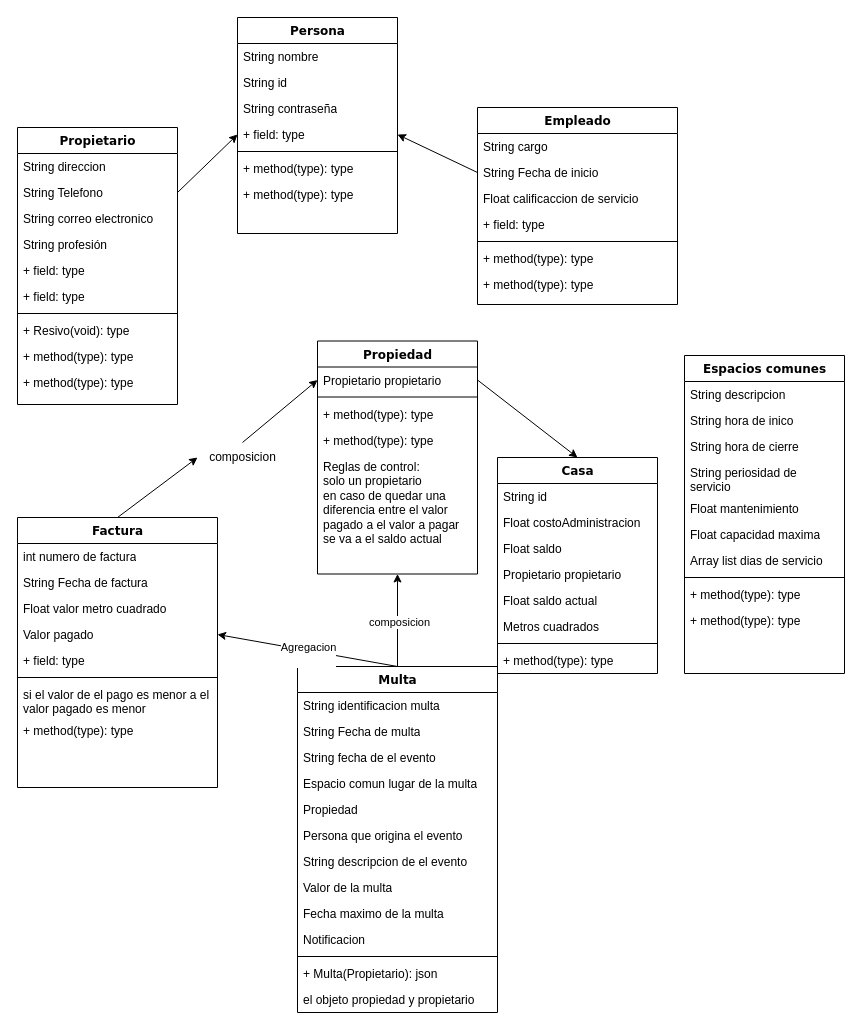
Before: Diagrama de clases Hojas Verdes.drawio in JeronimoDuque/Hojas-Verdes, a draw.io diagram. Source tidied: cells renumbered, new cells numbered last; positions are measured from the earlier drawing's top-left corner, leaving out a move shared by most shapes. Both pictures are drawn from the tidied source at 100%, with x=0, y=0 at pixel (17, 17).
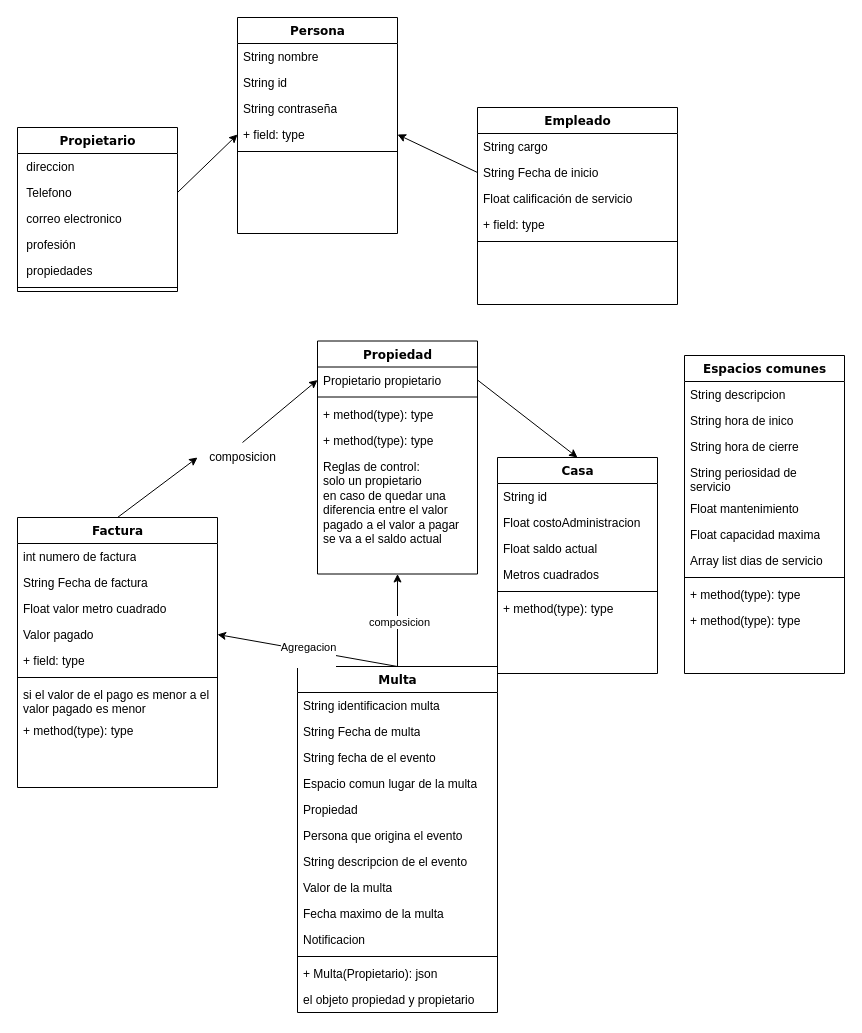
The same page after the edit.

The change refers to these unchanged cells:
```xml
<mxCell id="2" value="Persona" style="swimlane;html=1;fontStyle=1;align=center;verticalAlign=top;horizontal=1;startSize=26;swimlaneFillColor=#ffffff;rounded=0;shadow=0;comic=0;labelBackgroundColor=none;strokeWidth=1;fillColor=none;fontFamily=Verdana;fontSize=12;" parent="1" vertex="1">
  <mxGeometry x="220" width="160" height="216" as="geometry" />
</mxCell>
<mxCell id="21" value="Empleado" style="swimlane;html=1;fontStyle=1;align=center;verticalAlign=top;horizontal=1;startSize=26;swimlaneFillColor=#ffffff;rounded=0;shadow=0;comic=0;labelBackgroundColor=none;strokeWidth=1;fillColor=none;fontFamily=Verdana;fontSize=12;" parent="1" vertex="1">
  <mxGeometry x="460" y="90" width="200" height="197" as="geometry" />
</mxCell>
<mxCell id="40" value="Casa" style="swimlane;html=1;fontStyle=1;align=center;verticalAlign=top;horizontal=1;startSize=26;swimlaneFillColor=#ffffff;rounded=0;shadow=0;comic=0;labelBackgroundColor=none;strokeWidth=1;fillColor=none;fontFamily=Verdana;fontSize=12;" parent="1" vertex="1">
  <mxGeometry x="480" y="440" width="160" height="216" as="geometry" />
</mxCell>
```

Change to the diagram source:
```diff
@@
-    <mxCell id="8" value="+ method(type): type" style="text;html=1;strokeColor=none;fillColor=none;align=left;verticalAlign=top;spacingLeft=4;spacingRight=4;whiteSpace=wrap;overflow=hidden;" parent="2" vertex="1">
-      <mxGeometry y="138" width="160" height="26" as="geometry" />
-    </mxCell>
-    <mxCell id="9" value="+ method(type): type" style="text;html=1;strokeColor=none;fillColor=none;align=left;verticalAlign=top;spacingLeft=4;spacingRight=4;whiteSpace=wrap;overflow=hidden;" parent="2" vertex="1">
-      <mxGeometry y="164" width="160" height="26" as="geometry" />
-    </mxCell>
     <mxCell id="10" value="Propietario" style="swimlane;html=1;fontStyle=1;align=center;verticalAlign=top;horizontal=1;startSize=26;swimlaneFillColor=#ffffff;rounded=0;shadow=0;comic=0;labelBackgroundColor=none;strokeWidth=1;fillColor=none;fontFamily=Verdana;fontSize=12;" parent="1" vertex="1">
-      <mxGeometry y="110" width="160" height="277" as="geometry" />
+      <mxGeometry y="110" width="160" height="164" as="geometry" />
     </mxCell>
-    <mxCell id="11" value="String direccion" style="text;html=1;strokeColor=none;fillColor=none;align=left;verticalAlign=top;spacingLeft=4;spacingRight=4;whiteSpace=wrap;overflow=hidden;" parent="10" vertex="1">
+    <mxCell id="11" value="&amp;nbsp;direccion" style="text;html=1;strokeColor=none;fillColor=none;align=left;verticalAlign=top;spacingLeft=4;spacingRight=4;whiteSpace=wrap;overflow=hidden;" parent="10" vertex="1">
       <mxGeometry y="26" width="160" height="26" as="geometry" />
     </mxCell>
-    <mxCell id="12" value="String Telefono&lt;div&gt;&lt;br&gt;&lt;/div&gt;" style="text;html=1;strokeColor=none;fillColor=none;align=left;verticalAlign=top;spacingLeft=4;spacingRight=4;whiteSpace=wrap;overflow=hidden;points=[[0,0.5],[1,0.5]];portConstraint=eastwest;" parent="10" vertex="1">
+    <mxCell id="12" value="&amp;nbsp;Telefono&lt;div&gt;&lt;br&gt;&lt;/div&gt;" style="text;html=1;strokeColor=none;fillColor=none;align=left;verticalAlign=top;spacingLeft=4;spacingRight=4;whiteSpace=wrap;overflow=hidden;points=[[0,0.5],[1,0.5]];portConstraint=eastwest;" parent="10" vertex="1">
       <mxGeometry y="52" width="160" height="26" as="geometry" />
     </mxCell>
-    <mxCell id="13" value="String correo electronico" style="text;html=1;strokeColor=none;fillColor=none;align=left;verticalAlign=top;spacingLeft=4;spacingRight=4;whiteSpace=wrap;overflow=hidden;" parent="10" vertex="1">
+    <mxCell id="13" value="&amp;nbsp;correo electronico" style="text;html=1;strokeColor=none;fillColor=none;align=left;verticalAlign=top;spacingLeft=4;spacingRight=4;whiteSpace=wrap;overflow=hidden;" parent="10" vertex="1">
       <mxGeometry y="78" width="160" height="26" as="geometry" />
     </mxCell>
-    <mxCell id="14" value="String profesión" style="text;html=1;strokeColor=none;fillColor=none;align=left;verticalAlign=top;spacingLeft=4;spacingRight=4;whiteSpace=wrap;overflow=hidden;" parent="10" vertex="1">
+    <mxCell id="14" value="&amp;nbsp;profesión" style="text;html=1;strokeColor=none;fillColor=none;align=left;verticalAlign=top;spacingLeft=4;spacingRight=4;whiteSpace=wrap;overflow=hidden;" parent="10" vertex="1">
       <mxGeometry y="104" width="160" height="26" as="geometry" />
     </mxCell>
-    <mxCell id="15" value="+ field: type" style="text;html=1;strokeColor=none;fillColor=none;align=left;verticalAlign=top;spacingLeft=4;spacingRight=4;whiteSpace=wrap;overflow=hidden;" parent="10" vertex="1">
+    <mxCell id="15" value="&amp;nbsp;propiedades" style="text;html=1;strokeColor=none;fillColor=none;align=left;verticalAlign=top;spacingLeft=4;spacingRight=4;whiteSpace=wrap;overflow=hidden;" parent="10" vertex="1">
       <mxGeometry y="130" width="160" height="26" as="geometry" />
     </mxCell>
-    <mxCell id="16" value="+ field: type" style="text;html=1;strokeColor=none;fillColor=none;align=left;verticalAlign=top;spacingLeft=4;spacingRight=4;whiteSpace=wrap;overflow=hidden;" parent="10" vertex="1">
-      <mxGeometry y="156" width="160" height="26" as="geometry" />
-    </mxCell>
     <mxCell id="17" style="line;html=1;strokeWidth=1;fillColor=none;align=left;verticalAlign=middle;spacingTop=-1;spacingLeft=3;spacingRight=3;labelPosition=right;" parent="10" vertex="1">
-      <mxGeometry y="182" width="160" height="8" as="geometry" />
+      <mxGeometry y="156" width="160" height="8" as="geometry" />
     </mxCell>
-    <mxCell id="18" value="+ Resivo(void): type" style="text;html=1;strokeColor=none;fillColor=none;align=left;verticalAlign=top;spacingLeft=4;spacingRight=4;whiteSpace=wrap;overflow=hidden;" parent="10" vertex="1">
-      <mxGeometry y="190" width="160" height="26" as="geometry" />
-    </mxCell>
-    <mxCell id="19" value="+ method(type): type" style="text;html=1;strokeColor=none;fillColor=none;align=left;verticalAlign=top;spacingLeft=4;spacingRight=4;whiteSpace=wrap;overflow=hidden;" parent="10" vertex="1">
-      <mxGeometry y="216" width="160" height="26" as="geometry" />
-    </mxCell>
-    <mxCell id="20" value="+ method(type): type" style="text;html=1;strokeColor=none;fillColor=none;align=left;verticalAlign=top;spacingLeft=4;spacingRight=4;whiteSpace=wrap;overflow=hidden;" parent="10" vertex="1">
-      <mxGeometry y="242" width="160" height="26" as="geometry" />
-    </mxCell>
@@
-    <mxCell id="24" value="Float calificaccion de servicio" style="text;html=1;strokeColor=none;fillColor=none;align=left;verticalAlign=top;spacingLeft=4;spacingRight=4;whiteSpace=wrap;overflow=hidden;" parent="21" vertex="1">
+    <mxCell id="24" value="Float calificación de servicio" style="text;html=1;strokeColor=none;fillColor=none;align=left;verticalAlign=top;spacingLeft=4;spacingRight=4;whiteSpace=wrap;overflow=hidden;" parent="21" vertex="1">
       <mxGeometry y="78" width="200" height="26" as="geometry" />
     </mxCell>
@@
-    <mxCell id="27" value="+ method(type): type" style="text;html=1;strokeColor=none;fillColor=none;align=left;verticalAlign=top;spacingLeft=4;spacingRight=4;whiteSpace=wrap;overflow=hidden;" parent="21" vertex="1">
-      <mxGeometry y="138" width="200" height="26" as="geometry" />
-    </mxCell>
-    <mxCell id="28" value="+ method(type): type" style="text;html=1;strokeColor=none;fillColor=none;align=left;verticalAlign=top;spacingLeft=4;spacingRight=4;whiteSpace=wrap;overflow=hidden;" parent="21" vertex="1">
-      <mxGeometry y="164" width="200" height="26" as="geometry" />
-    </mxCell>
@@
-    <mxCell id="43" value="Float saldo" style="text;html=1;strokeColor=none;fillColor=none;align=left;verticalAlign=top;spacingLeft=4;spacingRight=4;whiteSpace=wrap;overflow=hidden;" parent="40" vertex="1">
-      <mxGeometry y="78" width="160" height="26" as="geometry" />
-    </mxCell>
-    <mxCell id="44" value="Propietario propietario" style="text;html=1;strokeColor=none;fillColor=none;align=left;verticalAlign=top;spacingLeft=4;spacingRight=4;whiteSpace=wrap;overflow=hidden;" parent="40" vertex="1">
-      <mxGeometry y="104" width="160" height="26" as="geometry" />
-    </mxCell>
     <mxCell id="45" value="Float saldo actual" style="text;html=1;strokeColor=none;fillColor=none;align=left;verticalAlign=top;spacingLeft=4;spacingRight=4;whiteSpace=wrap;overflow=hidden;" parent="40" vertex="1">
-      <mxGeometry y="130" width="160" height="26" as="geometry" />
+      <mxGeometry y="78" width="160" height="26" as="geometry" />
     </mxCell>
     <mxCell id="46" value="Metros cuadrados" style="text;html=1;strokeColor=none;fillColor=none;align=left;verticalAlign=top;spacingLeft=4;spacingRight=4;whiteSpace=wrap;overflow=hidden;" parent="40" vertex="1">
-      <mxGeometry y="156" width="160" height="26" as="geometry" />
+      <mxGeometry y="104" width="160" height="26" as="geometry" />
     </mxCell>
     <mxCell id="47" style="line;html=1;strokeWidth=1;fillColor=none;align=left;verticalAlign=middle;spacingTop=-1;spacingLeft=3;spacingRight=3;labelPosition=right;" parent="40" vertex="1">
-      <mxGeometry y="182" width="160" height="8" as="geometry" />
+      <mxGeometry y="130" width="160" height="8" as="geometry" />
     </mxCell>
     <mxCell id="48" value="+ method(type): type" style="text;html=1;strokeColor=none;fillColor=none;align=left;verticalAlign=top;spacingLeft=4;spacingRight=4;whiteSpace=wrap;overflow=hidden;" parent="40" vertex="1">
-      <mxGeometry y="190" width="160" height="26" as="geometry" />
+      <mxGeometry y="138" width="160" height="26" as="geometry" />
     </mxCell>
```
